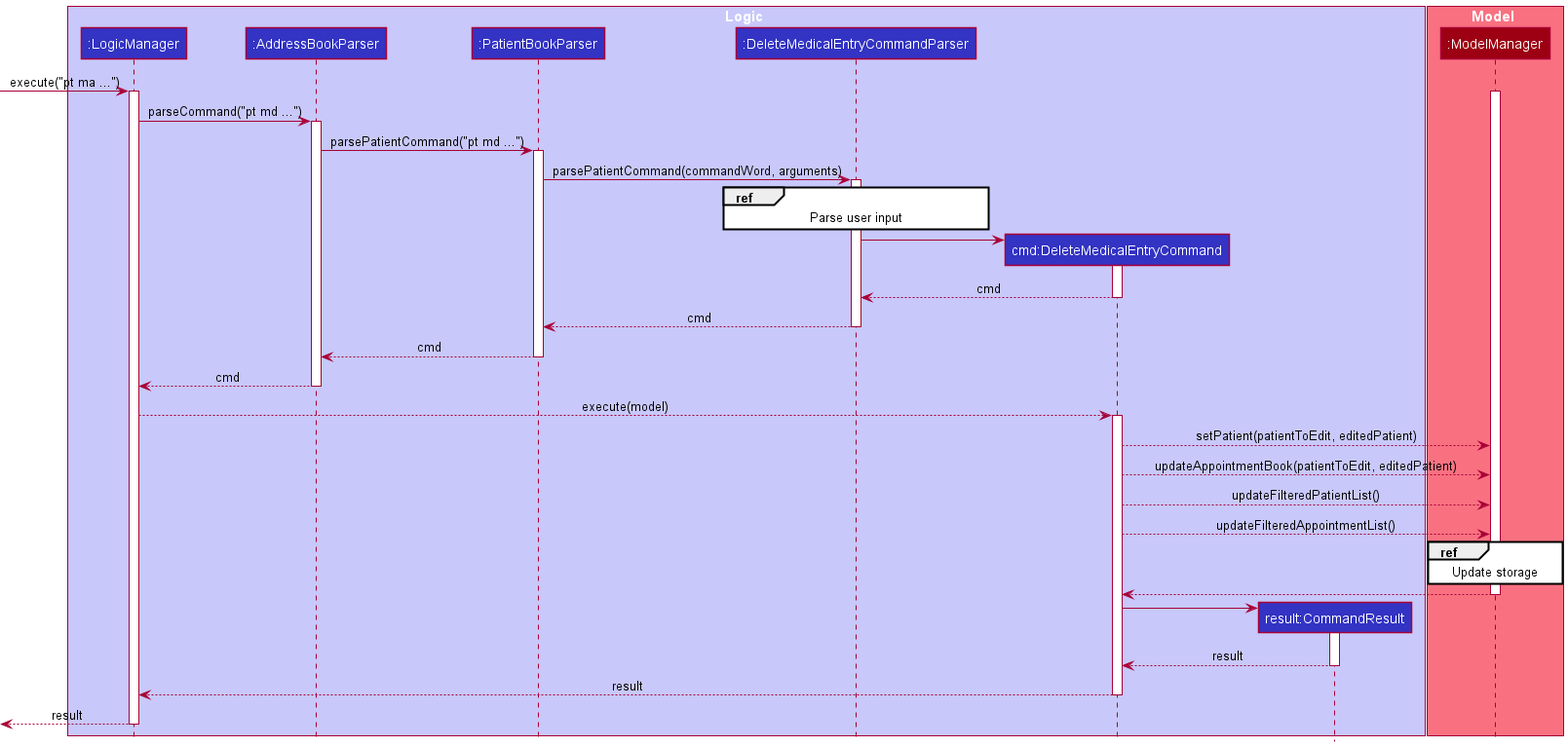
Earlier version of the PlantUML export docs/diagrams/DeleteMedicalEntryFeatureSequenceDiagram.png (AY2122S1-CS2103-W14-1/tp).
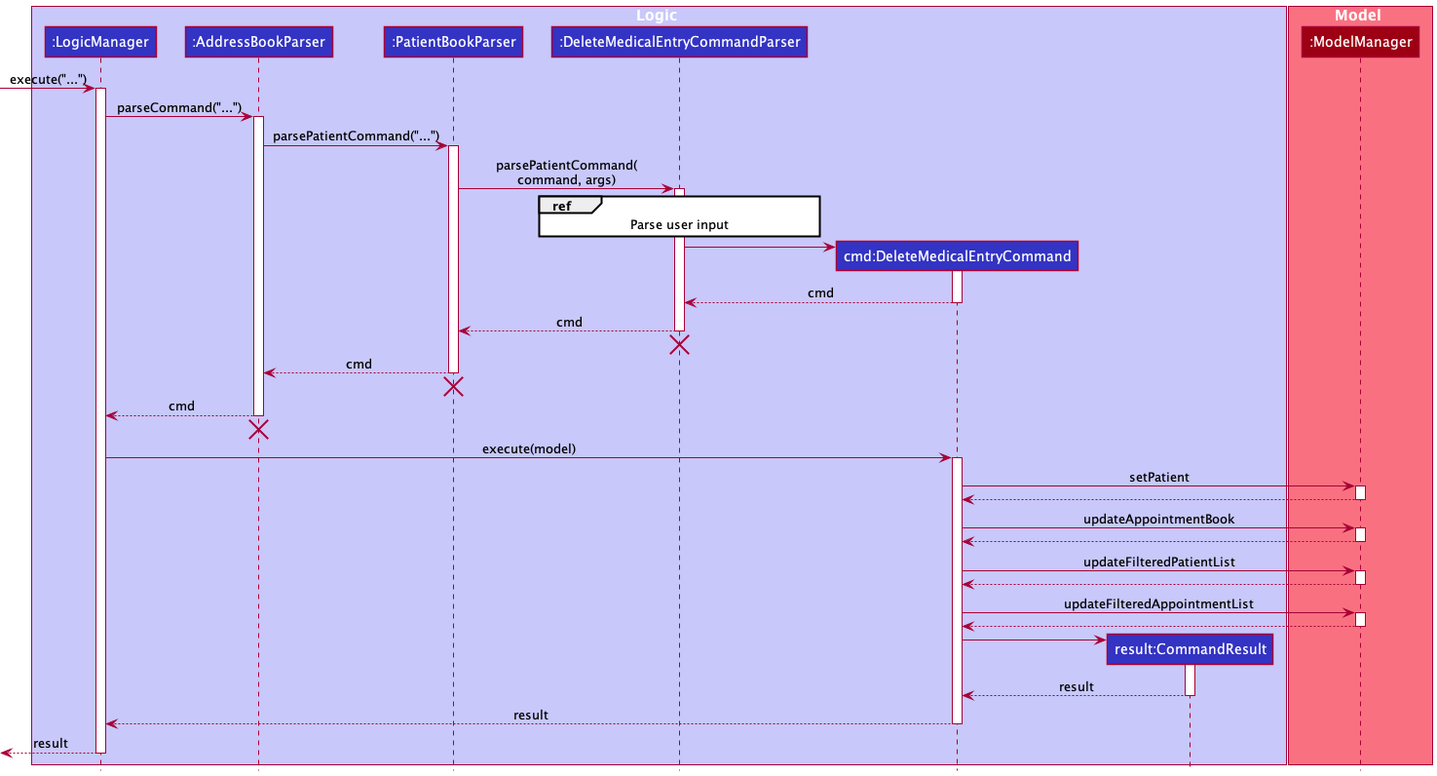
The same file after the commit.

Commit message:
Update sequence diagrams

Diff of the diagram source:
```diff
@@ -15,18 +15,18 @@
 participant ":ModelManager" as ModelManager MODEL_COLOR
 end box
 
-[-> LogicManager : execute("pt ma ...")
+[-> LogicManager : execute("...")
 activate LogicManager
-activate ModelManager
 
-LogicManager -> AddressBookParser : parseCommand("pt md ...")
+
+LogicManager -> AddressBookParser : parseCommand("...")
 activate AddressBookParser
 
 
-AddressBookParser -> PatientBookParser : parsePatientCommand("pt md ...")
+AddressBookParser -> PatientBookParser : parsePatientCommand("...")
 activate PatientBookParser
 
-PatientBookParser -> DeleteMedicalEntryCommandParser : parsePatientCommand(commandWord, arguments)
+PatientBookParser -> DeleteMedicalEntryCommandParser : parsePatientCommand(\ncommand, args)
 activate DeleteMedicalEntryCommandParser
 ref over DeleteMedicalEntryCommandParser: Parse user input
 
@@ -38,21 +38,41 @@
 deactivate DeleteMedicalEntryCommand
 DeleteMedicalEntryCommandParser --> PatientBookParser : cmd
 deactivate DeleteMedicalEntryCommandParser
+DeleteMedicalEntryCommandParser -[hidden]-> AddressBookParser
+destroy DeleteMedicalEntryCommandParser
+
 PatientBookParser --> AddressBookParser : cmd
 deactivate PatientBookParser
+PatientBookParser -[hidden]-> AddressBookParser
+destroy PatientBookParser
+
 AddressBookParser --> LogicManager : cmd
 deactivate AddressBookParser
-LogicManager --> DeleteMedicalEntryCommand : execute(model)
+AddressBookParser -[hidden]-> LogicManager
+destroy AddressBookParser
+
+LogicManager -> DeleteMedicalEntryCommand : execute(model)
 activate DeleteMedicalEntryCommand
 
-DeleteMedicalEntryCommand --> ModelManager : setPatient(patientToEdit, editedPatient)
-DeleteMedicalEntryCommand --> ModelManager : updateAppointmentBook(patientToEdit, editedPatient)
-DeleteMedicalEntryCommand --> ModelManager : updateFilteredPatientList()
-DeleteMedicalEntryCommand --> ModelManager : updateFilteredAppointmentList()
-ref over ModelManager: Update storage
+DeleteMedicalEntryCommand -> ModelManager : setPatient
+activate ModelManager
 ModelManager --> DeleteMedicalEntryCommand
 deactivate ModelManager
 
+DeleteMedicalEntryCommand -> ModelManager : updateAppointmentBook
+activate ModelManager
+ModelManager --> DeleteMedicalEntryCommand
+deactivate ModelManager
+
+DeleteMedicalEntryCommand -> ModelManager : updateFilteredPatientList
+activate ModelManager
+ModelManager --> DeleteMedicalEntryCommand
+deactivate ModelManager
+
+DeleteMedicalEntryCommand -> ModelManager : updateFilteredAppointmentList
+activate ModelManager
+ModelManager --> DeleteMedicalEntryCommand
+deactivate ModelManager
 
 create CommandResult
 DeleteMedicalEntryCommand -> CommandResult
```
